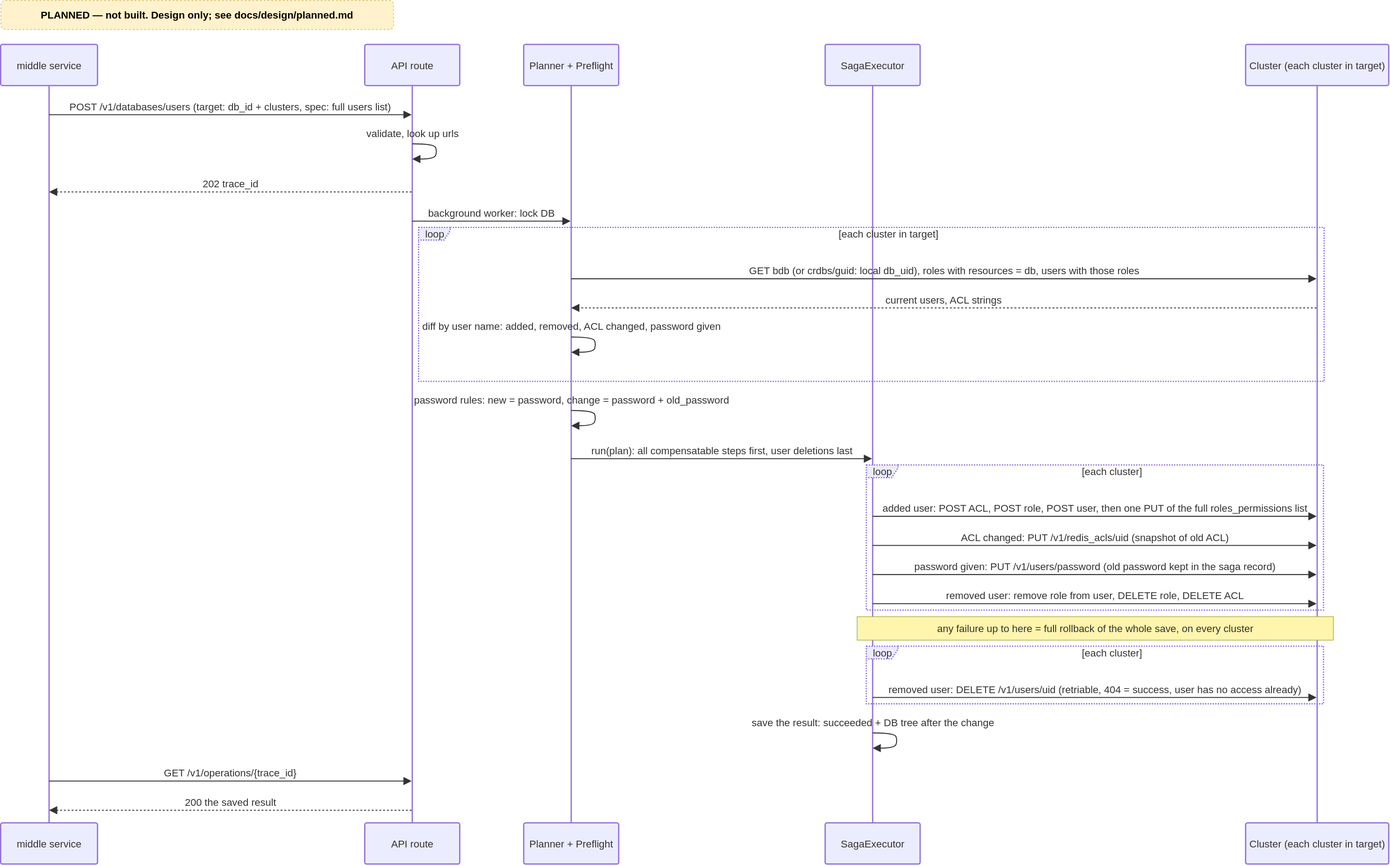
Earlier version of the draw.io export docs/diagrams/planned/p4-seq-edit-users.drawio.svg (EliShteinman/redis-enterprise-services). Source tidied: cells renumbered, new cells last; positions are measured from the earlier drawing's top-left corner, leaving out a move shared by most shapes.
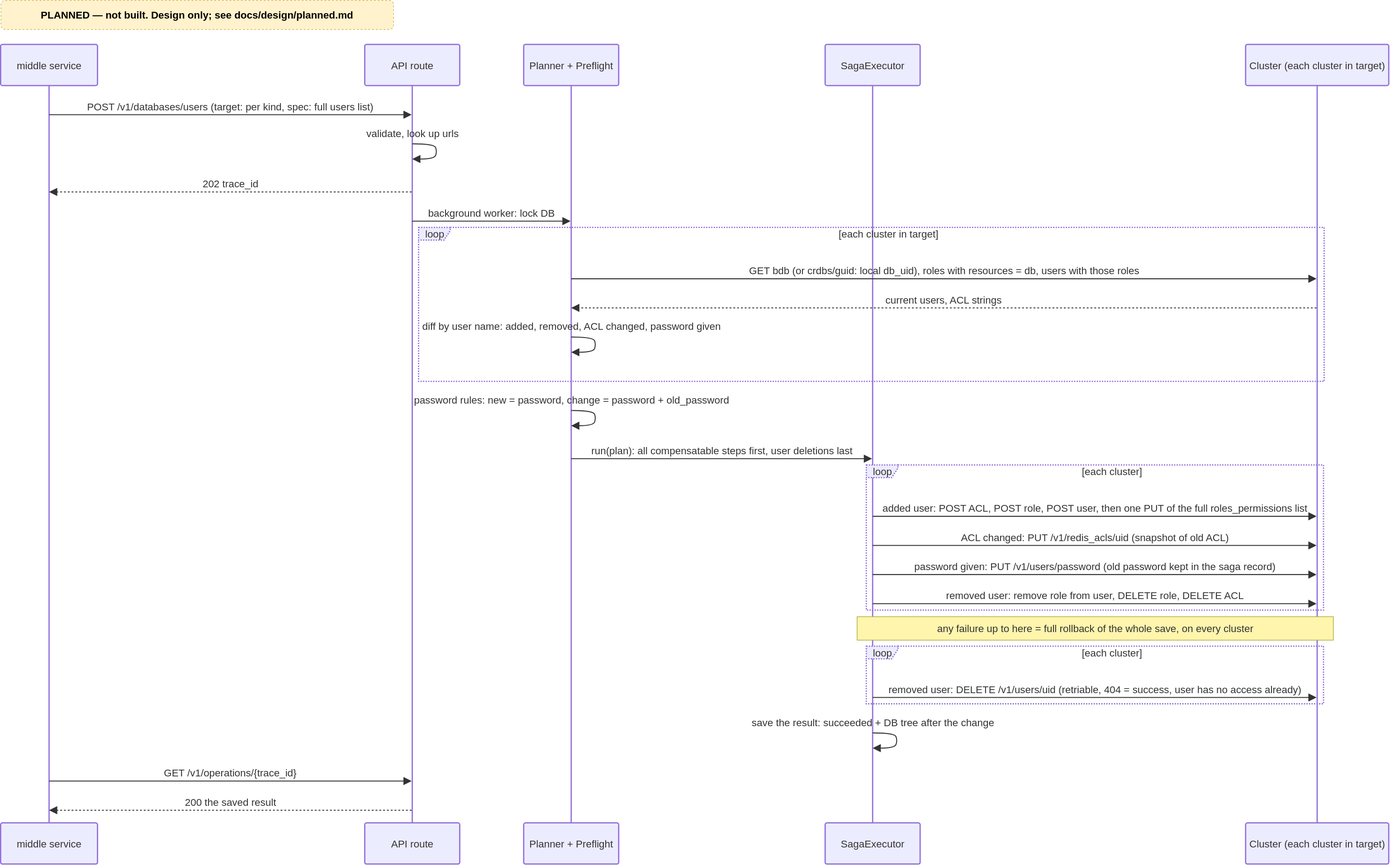
The same file after the commit.

Commit message:
docs(contract): the single-site request targets one site and its result carries kind and one cluster

Diff of the diagram source:
```diff
@@ -35,7 +35,7 @@
     <mxCell id="12" value="[each cluster]" style="text;strokeColor=none;fillColor=none;align=center;verticalAlign=middle;whiteSpace=wrap;fontSize=16;fontFamily=Trebuchet MS,Verdana,Arial,sans-serif;fontColor=light-dark(#333333,#cccccc);" parent="11" vertex="1">
       <mxGeometry x="54" y="2" width="668" height="16" as="geometry" />
     </mxCell>
-    <mxCell id="13" value="POST /v1/databases/users (target: db_id + clusters, spec: full users list)" style="endArrow=block;endSize=9;verticalAlign=bottom;spacingBottom=2;edgeStyle=sequenceEdgeStyle;libavoidRouting=0;curved=0;rounded=0;fontSize=16;labelBackgroundColor=none;strokeWidth=1.5;strokeColor=light-dark(#333333,#cccccc);fontColor=light-dark(#333333,#cccccc);fontFamily=Trebuchet MS,Verdana,Arial,sans-serif;" parent="1" edge="1" source="2" target="3">
+    <mxCell id="13" value="POST /v1/databases/users (target: per kind, spec: full users list)" style="endArrow=block;endSize=9;verticalAlign=bottom;spacingBottom=2;edgeStyle=sequenceEdgeStyle;libavoidRouting=0;curved=0;rounded=0;fontSize=16;labelBackgroundColor=none;strokeWidth=1.5;strokeColor=light-dark(#333333,#cccccc);fontColor=light-dark(#333333,#cccccc);fontFamily=Trebuchet MS,Verdana,Arial,sans-serif;" parent="1" edge="1" source="2" target="3">
       <mxGeometry relative="1" as="geometry">
         <Array as="points">
           <mxPoint x="363" y="181" />
```
